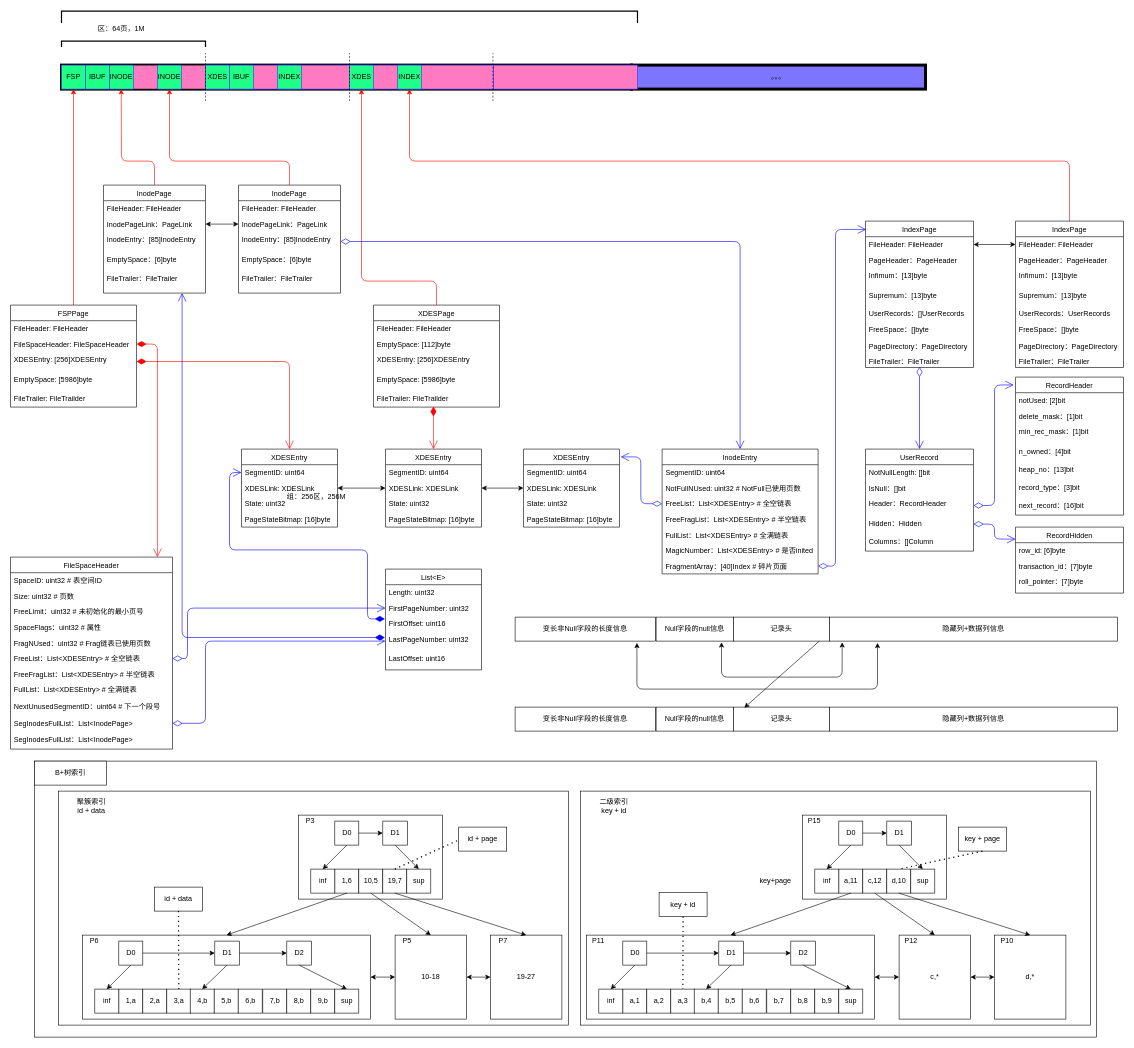
The draw.io diagram innodb_table.drawio in bulletjet786/drawio, before the edit. Source tidied: cells renumbered, new cells numbered last; positions are measured from the earlier drawing's top-left corner, leaving out a move shared by most shapes. Both pictures are drawn from the tidied source at 60%, with x=0, y=0 at pixel (10, 11).
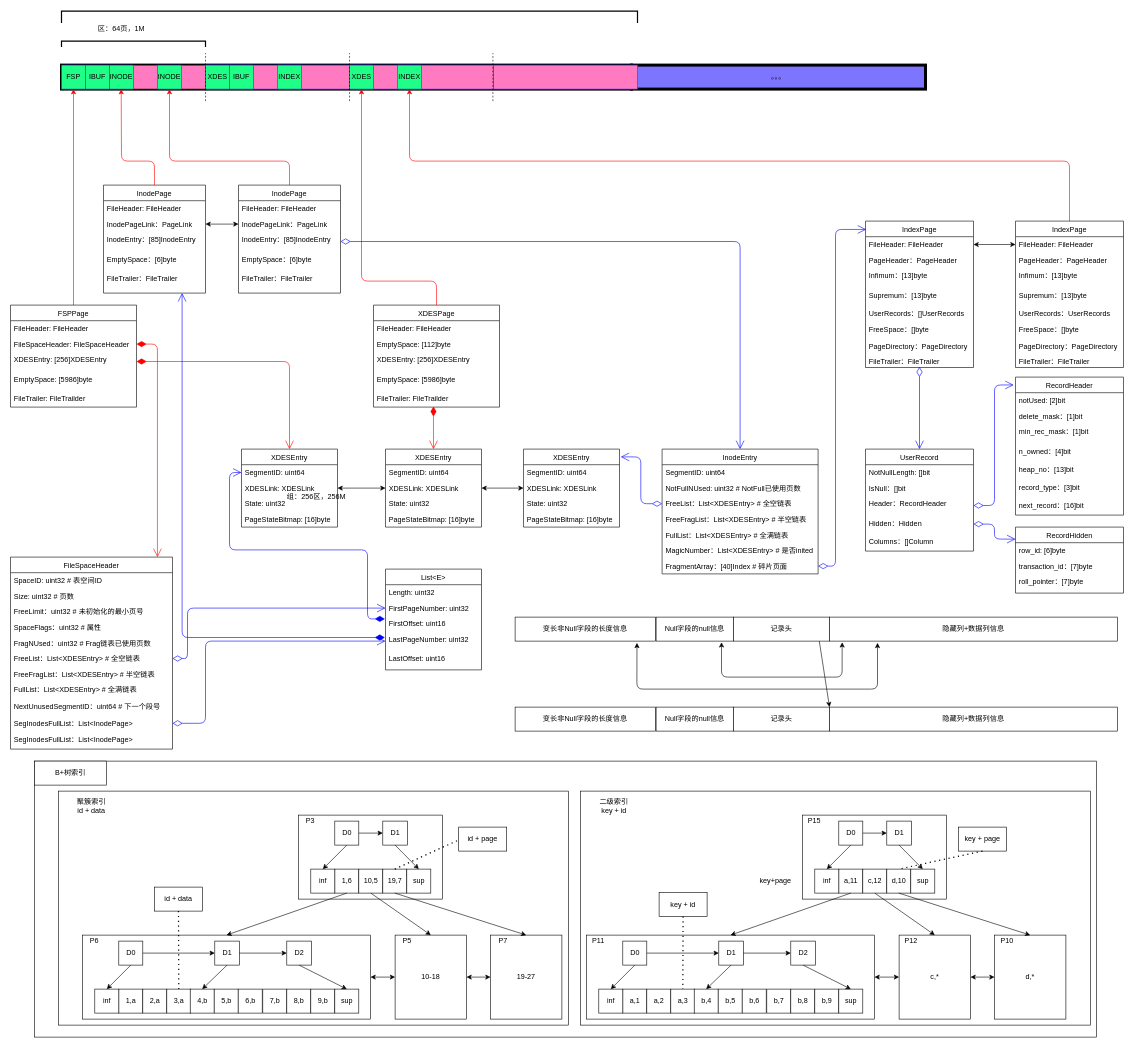
The same diagram, later.

The change refers to these unchanged cells:
```xml
<mxCell id="248" value="记录头" style="rounded=0;whiteSpace=wrap;html=1;" parent="1" vertex="1">
  <mxGeometry x="1205" y="1010" width="160" height="40" as="geometry" />
</mxCell>
<mxCell id="253" value="记录头" style="rounded=0;whiteSpace=wrap;html=1;" parent="1" vertex="1">
  <mxGeometry x="1205" y="1160" width="160" height="40" as="geometry" />
</mxCell>
```

What changed in the source:
```diff
@@
-    <mxCell id="255" style="endArrow=classic;html=1;exitX=0.894;exitY=1;exitDx=0;exitDy=0;exitPerimeter=0;entryX=0.113;entryY=0.025;entryDx=0;entryDy=0;entryPerimeter=0;" parent="1" edge="1" source="248" target="253">
-      <mxGeometry relative="1" as="geometry" />
+    <mxCell id="255" style="endArrow=classic;html=1;entryX=1;entryY=0;entryDx=0;entryDy=0;" parent="1" edge="1" target="253">
+      <mxGeometry relative="1" as="geometry">
+        <mxPoint x="1348" y="1050" as="sourcePoint" />
+      </mxGeometry>
     </mxCell>
```
